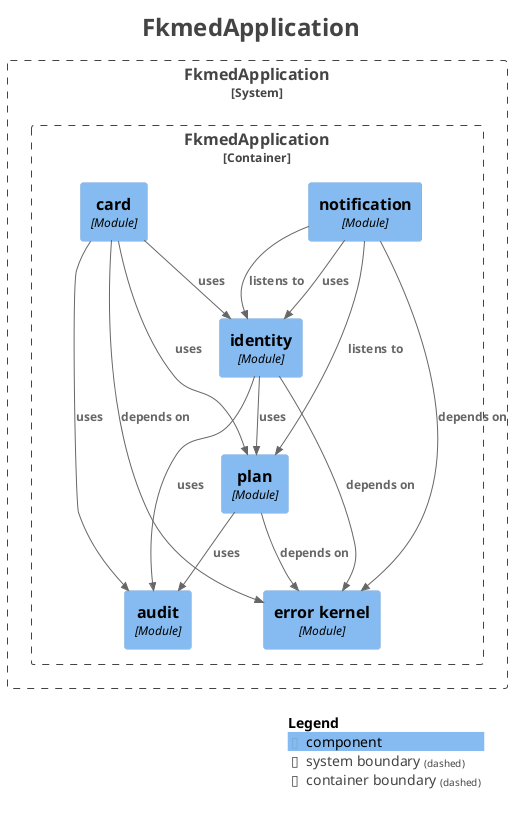
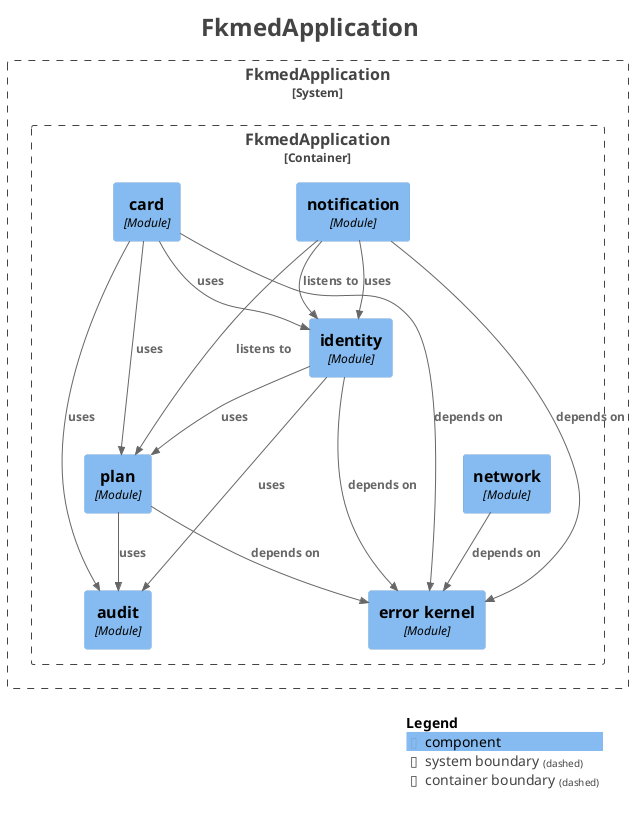
@startuml
title <size:24>FkmedApplication</size>

set separator none
top to bottom direction

<style>
  root {
    BackgroundColor: #ffffff
    FontColor: #444444
  }
</style>

!include <C4/C4>
!include <C4/C4_Context>
!include <C4/C4_Component>

System_Boundary("FkmedApplication_boundary", "FkmedApplication", $tags="") {
  Container_Boundary("FkmedApplication.FkmedApplication_boundary", "FkmedApplication", $tags="") {
+     Component(FkmedApplication.FkmedApplication.notification, "notification", $techn="Module", $descr="", $tags="", $link="")
    Component(FkmedApplication.FkmedApplication.audit, "audit", $techn="Module", $descr="", $tags="", $link="")
    Component(FkmedApplication.FkmedApplication.errorkernel, "error kernel", $techn="Module", $descr="", $tags="", $link="")
+     Component(FkmedApplication.FkmedApplication.network, "network", $techn="Module", $descr="", $tags="", $link="")
    Component(FkmedApplication.FkmedApplication.plan, "plan", $techn="Module", $descr="", $tags="", $link="")
    Component(FkmedApplication.FkmedApplication.identity, "identity", $techn="Module", $descr="", $tags="", $link="")
    Component(FkmedApplication.FkmedApplication.card, "card", $techn="Module", $descr="", $tags="", $link="")
-     Component(FkmedApplication.FkmedApplication.notification, "notification", $techn="Module", $descr="", $tags="", $link="")
  }

}

Rel(FkmedApplication.FkmedApplication.card, FkmedApplication.FkmedApplication.audit, "uses", $techn="", $tags="", $link="")
Rel(FkmedApplication.FkmedApplication.card, FkmedApplication.FkmedApplication.errorkernel, "depends on", $techn="", $tags="", $link="")
Rel(FkmedApplication.FkmedApplication.card, FkmedApplication.FkmedApplication.identity, "uses", $techn="", $tags="", $link="")
Rel(FkmedApplication.FkmedApplication.card, FkmedApplication.FkmedApplication.plan, "uses", $techn="", $tags="", $link="")
Rel(FkmedApplication.FkmedApplication.identity, FkmedApplication.FkmedApplication.audit, "uses", $techn="", $tags="", $link="")
Rel(FkmedApplication.FkmedApplication.identity, FkmedApplication.FkmedApplication.errorkernel, "depends on", $techn="", $tags="", $link="")
Rel(FkmedApplication.FkmedApplication.identity, FkmedApplication.FkmedApplication.plan, "uses", $techn="", $tags="", $link="")
+ Rel(FkmedApplication.FkmedApplication.network, FkmedApplication.FkmedApplication.errorkernel, "depends on", $techn="", $tags="", $link="")
Rel(FkmedApplication.FkmedApplication.notification, FkmedApplication.FkmedApplication.errorkernel, "depends on", $techn="", $tags="", $link="")
Rel(FkmedApplication.FkmedApplication.notification, FkmedApplication.FkmedApplication.identity, "listens to", $techn="", $tags="", $link="")
Rel(FkmedApplication.FkmedApplication.notification, FkmedApplication.FkmedApplication.identity, "uses", $techn="", $tags="", $link="")
Rel(FkmedApplication.FkmedApplication.notification, FkmedApplication.FkmedApplication.plan, "listens to", $techn="", $tags="", $link="")
Rel(FkmedApplication.FkmedApplication.plan, FkmedApplication.FkmedApplication.audit, "uses", $techn="", $tags="", $link="")
Rel(FkmedApplication.FkmedApplication.plan, FkmedApplication.FkmedApplication.errorkernel, "depends on", $techn="", $tags="", $link="")

SHOW_LEGEND(true)
hide stereotypes
@enduml